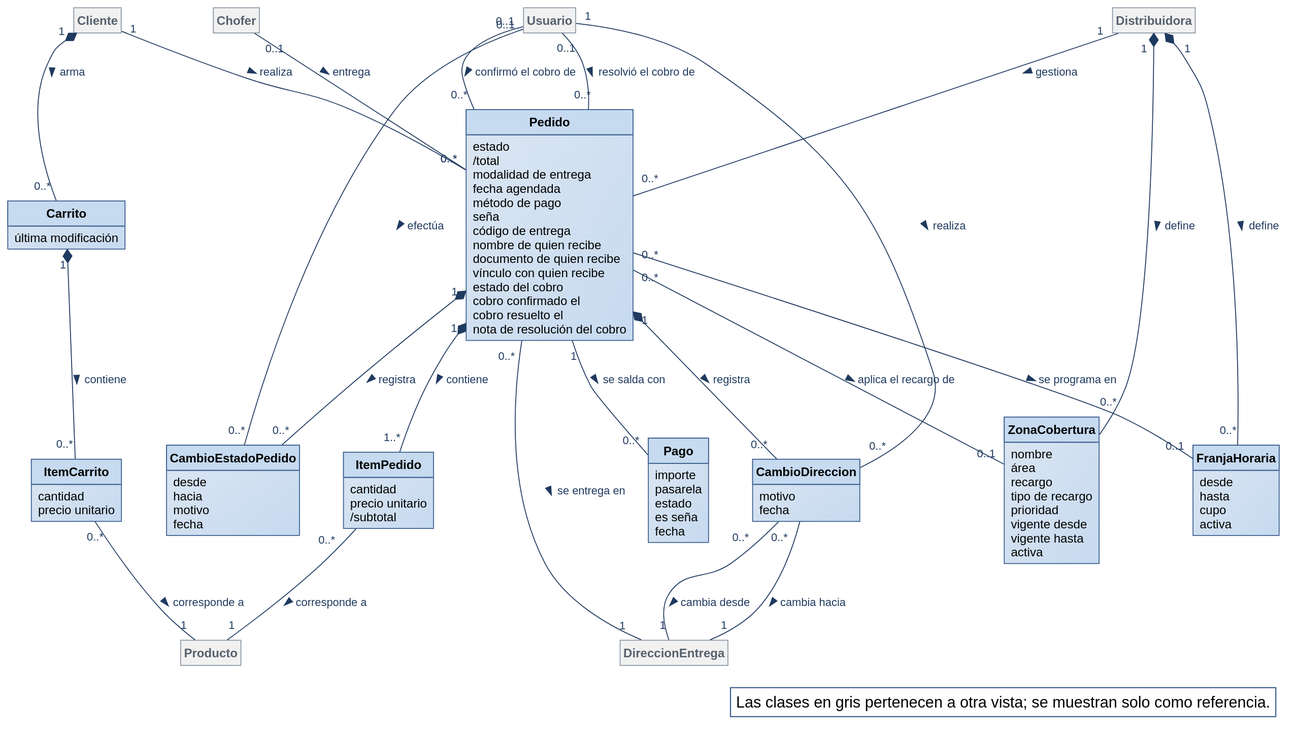
Before: diagramas/modelo-conceptual/MC_Pedidos.svg, a diagram exported from PlantUML (Nahuelito-Dev/splg-docs).
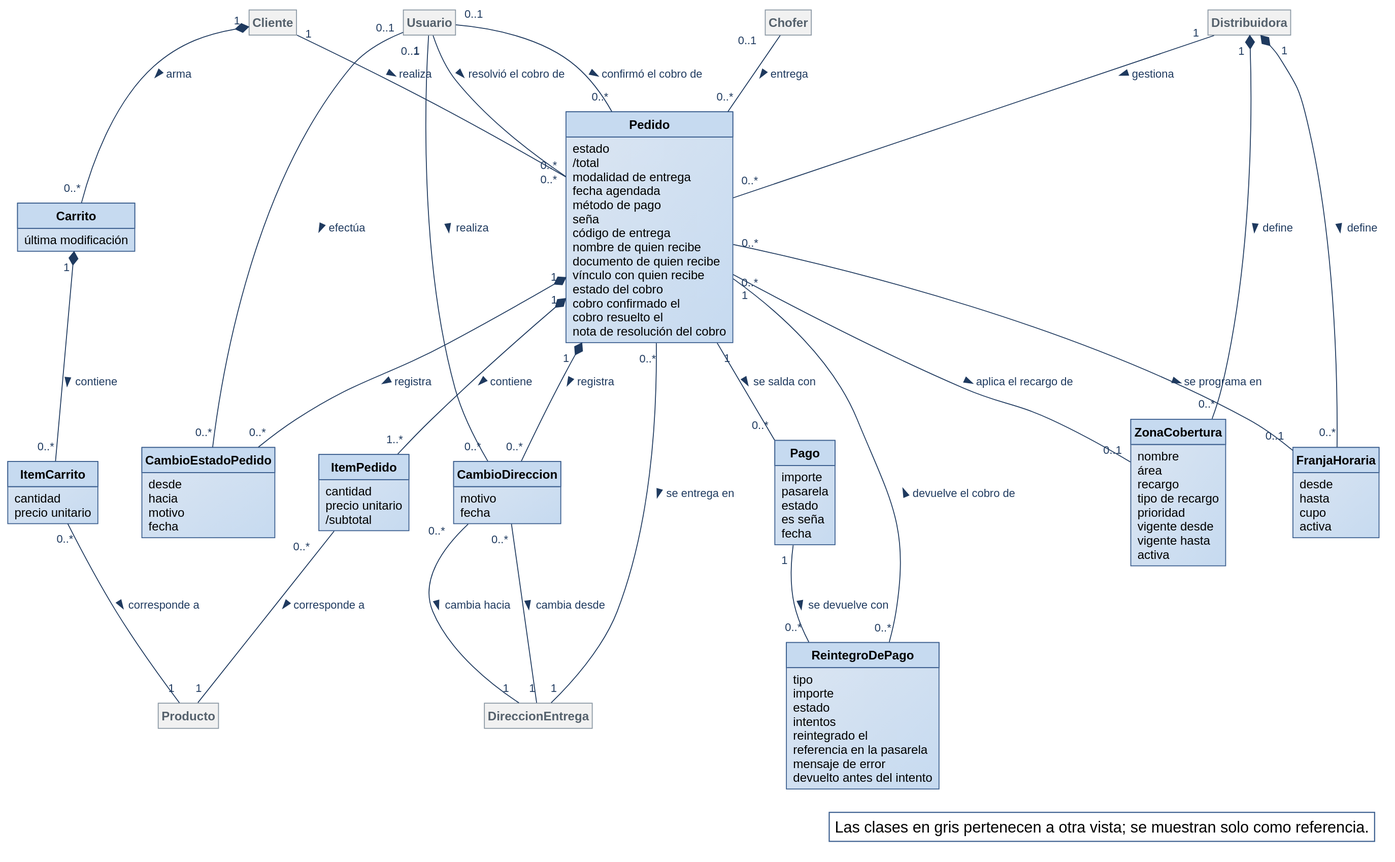
Above is the later version.

What changed in the source:
```diff
@@ -68,6 +68,16 @@
   es seña
   fecha
 }
+class ReintegroDePago {
+  tipo
+  importe
+  estado
+  intentos
+  reintegrado el
+  referencia en la pasarela
+  mensaje de error
+  devuelto antes del intento
+}
 class Cliente #F1F1F1;line:8A97A3;text:55616C
 class Chofer #F1F1F1;line:8A97A3;text:55616C
 class Producto #F1F1F1;line:8A97A3;text:55616C
@@ -98,6 +108,8 @@
 Usuario "1" -- "0..*" CambioDireccion : realiza >
 Chofer "0..1" -- "0..*" Pedido : entrega >
 Pedido "1" -- "0..*" Pago : se salda con >
+Pago "1" -- "0..*" ReintegroDePago : se devuelve con >
+ReintegroDePago "0..*" -- "1" Pedido : devuelve el cobro de >
 
 legend bottom right
   Las clases en gris pertenecen a otra vista; se muestran solo como referencia.
```
